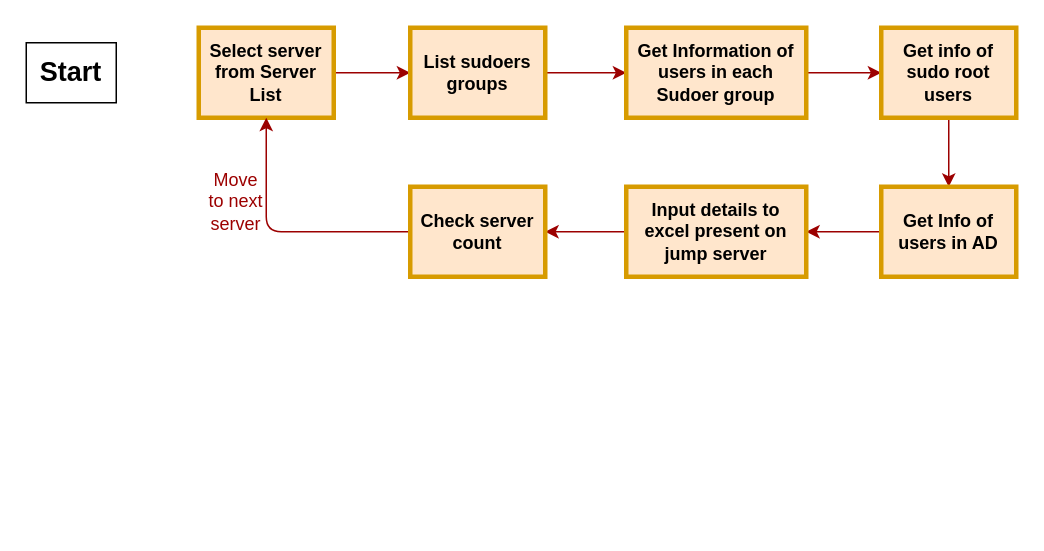
Earlier version of the draw.io diagram Untitled Diagram.drawio (di-batra/Hard-Disk-Expansion). Source tidied: cells renumbered, new cells numbered last; positions are measured from the earlier drawing's top-left corner, leaving out a move shared by most shapes. Both pictures are drawn from the tidied source at 150%, with x=0, y=0 at pixel (26, 27).
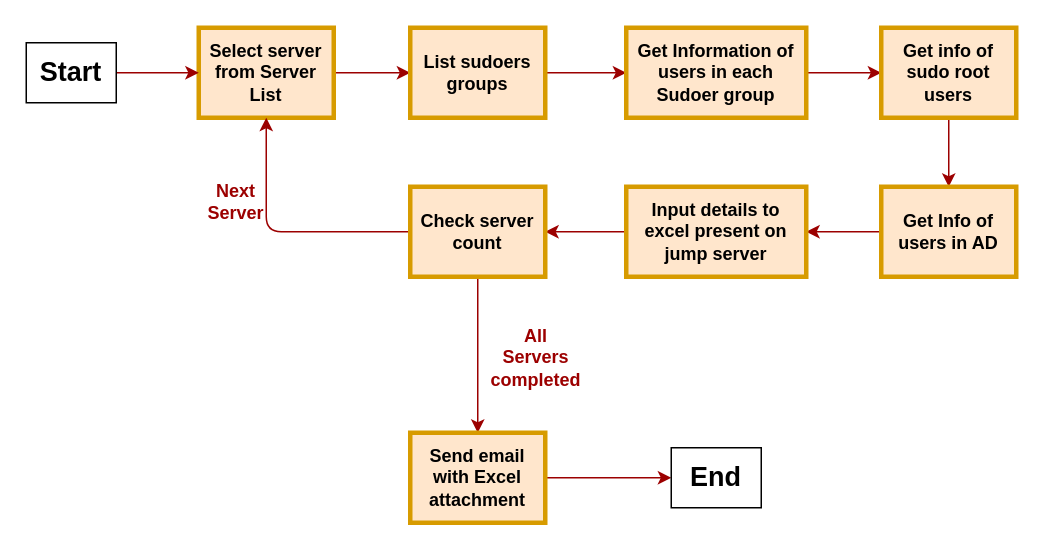
Above is the later version.

Unchanged cells that the change refers to:
```xml
<mxCell id="3" value="Select server from Server List" style="whiteSpace=wrap;align=center;verticalAlign=middle;fontStyle=1;strokeWidth=3;fillColor=#ffe6cc;fontSize=12;strokeColor=#d79b00;fontFamily=Helvetica;" parent="1" vertex="1">
  <mxGeometry x="115" width="90" height="60" as="geometry" />
</mxCell>
<mxCell id="6" value="&lt;h2&gt;Start&lt;/h2&gt;" style="rounded=0;whiteSpace=wrap;html=1;" parent="1" vertex="1">
  <mxGeometry y="10" width="60" height="40" as="geometry" />
</mxCell>
<mxCell id="16" value="Check server count" style="whiteSpace=wrap;align=center;verticalAlign=middle;fontStyle=1;strokeWidth=3;fillColor=#ffe6cc;fontSize=12;strokeColor=#d79b00;fontFamily=Helvetica;" parent="1" vertex="1">
  <mxGeometry x="256" y="106" width="90" height="60" as="geometry" />
</mxCell>
```

What changed in the source:
```diff
@@
+    <mxCell id="18" style="edgeStyle=orthogonalEdgeStyle;rounded=1;jettySize=auto;html=1;exitX=1;exitY=0.5;exitDx=0;exitDy=0;entryX=0;entryY=0.5;entryDx=0;entryDy=0;strokeColor=#9C0000;fontFamily=Helvetica;fontSize=12;fontColor=#9C0000;" parent="1" edge="1" source="6" target="3">
+      <mxGeometry relative="1" as="geometry" />
+    </mxCell>
@@
+    <mxCell id="19" style="edgeStyle=orthogonalEdgeStyle;rounded=1;jettySize=auto;html=1;exitX=0.5;exitY=1;exitDx=0;exitDy=0;entryX=0.5;entryY=0;entryDx=0;entryDy=0;strokeColor=#9C0000;fontFamily=Helvetica;fontSize=12;fontColor=#9C0000;" parent="1" edge="1" source="16" target="21">
+      <mxGeometry relative="1" as="geometry" />
+    </mxCell>
@@
-    <mxCell id="17" value="Move to next server" style="text;html=1;strokeColor=none;fillColor=none;align=center;verticalAlign=middle;whiteSpace=wrap;rounded=0;fontFamily=Helvetica;fontSize=12;fontColor=#9C0000;" parent="1" vertex="1">
+    <mxCell id="17" value="&lt;b&gt;Next Server&lt;/b&gt;" style="text;html=1;strokeColor=none;fillColor=none;align=center;verticalAlign=middle;whiteSpace=wrap;rounded=0;fontFamily=Helvetica;fontSize=12;fontColor=#9C0000;" parent="1" vertex="1">
       <mxGeometry x="120" y="106" width="40" height="20" as="geometry" />
     </mxCell>
+    <mxCell id="20" style="edgeStyle=orthogonalEdgeStyle;rounded=1;jettySize=auto;html=1;exitX=1;exitY=0.5;exitDx=0;exitDy=0;entryX=0;entryY=0.5;entryDx=0;entryDy=0;strokeColor=#9C0000;fontFamily=Helvetica;fontSize=12;fontColor=#9C0000;" parent="1" edge="1" source="21" target="23">
+      <mxGeometry relative="1" as="geometry" />
+    </mxCell>
+    <mxCell id="21" value="Send email with Excel attachment" style="whiteSpace=wrap;align=center;verticalAlign=middle;fontStyle=1;strokeWidth=3;fillColor=#ffe6cc;fontSize=12;strokeColor=#d79b00;fontFamily=Helvetica;" parent="1" vertex="1">
+      <mxGeometry x="256" y="270" width="90" height="60" as="geometry" />
+    </mxCell>
+    <mxCell id="22" value="&lt;b&gt;All Servers completed&lt;/b&gt;" style="text;html=1;strokeColor=none;fillColor=none;align=center;verticalAlign=middle;whiteSpace=wrap;rounded=0;fontFamily=Helvetica;fontSize=12;fontColor=#9C0000;" parent="1" vertex="1">
+      <mxGeometry x="320" y="210" width="40" height="20" as="geometry" />
+    </mxCell>
+    <mxCell id="23" value="&lt;h2&gt;End&lt;/h2&gt;" style="rounded=0;whiteSpace=wrap;html=1;" parent="1" vertex="1">
+      <mxGeometry x="430" y="280" width="60" height="40" as="geometry" />
+    </mxCell>
```
